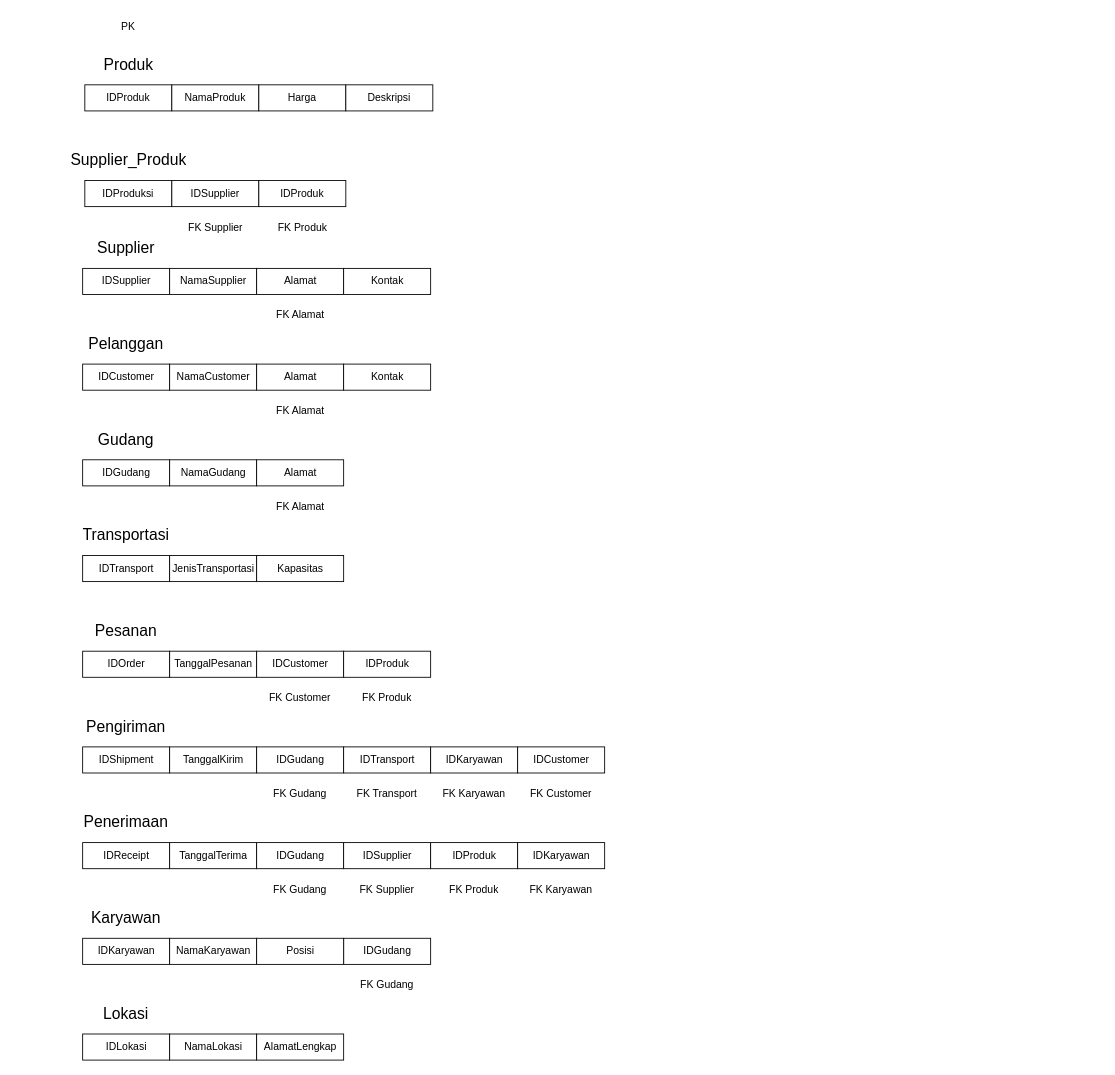
Earlier version of the draw.io diagram page "Schema Data Model" (2 of 10) of logistic-management-system.drawio (Firzh/semester-3). Source tidied: cells renumbered, new cells numbered last; positions are measured from the earlier drawing's top-left corner, leaving out a move shared by most shapes. Both pictures are drawn from the tidied source at 87%, with x=0, y=0 at pixel (15, 15).
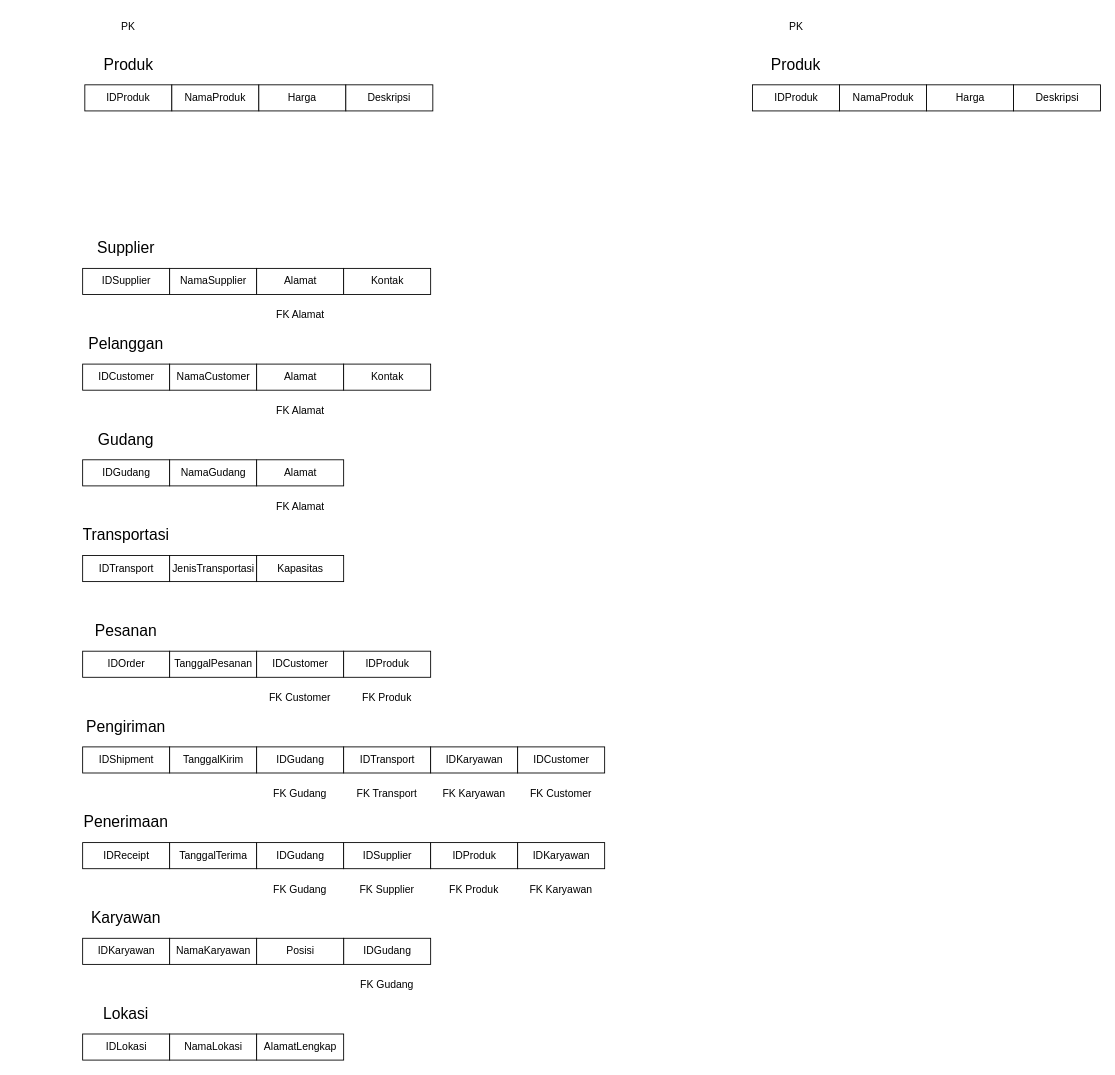
Above is the later version.

The edit, as a diff of the source:
```diff
@@
-    <mxCell id="68" value="IDProduksi" style="whiteSpace=wrap;html=1;align=center;" parent="1" vertex="1">
-      <mxGeometry x="80" y="190" width="100" height="30" as="geometry" />
-    </mxCell>
-    <mxCell id="69" value="&lt;font style=&quot;font-size: 18px;&quot;&gt;Supplier_Produk&lt;/font&gt;" style="text;strokeColor=none;fillColor=none;spacingLeft=4;spacingRight=4;overflow=hidden;fontSize=12;whiteSpace=wrap;html=1;align=center;" parent="1" vertex="1">
-      <mxGeometry x="2.5" y="150" width="255" height="30" as="geometry" />
-    </mxCell>
-    <mxCell id="70" value="IDSupplier" style="whiteSpace=wrap;html=1;align=center;" parent="1" vertex="1">
-      <mxGeometry x="180" y="190" width="100" height="30" as="geometry" />
-    </mxCell>
     <mxCell id="71" value="IDProduk" style="whiteSpace=wrap;html=1;align=center;" parent="1" vertex="1">
-      <mxGeometry x="280" y="190" width="100" height="30" as="geometry" />
+      <mxGeometry x="847.5" y="80" width="100" height="30" as="geometry" />
     </mxCell>
-    <mxCell id="72" value="FK Supplier" style="text;strokeColor=none;fillColor=none;spacingLeft=4;spacingRight=4;overflow=hidden;fontSize=12;whiteSpace=wrap;html=1;align=center;" parent="1" vertex="1">
-      <mxGeometry x="187.5" y="230" width="85" height="30" as="geometry" />
-    </mxCell>
-    <mxCell id="73" value="FK Produk" style="text;strokeColor=none;fillColor=none;spacingLeft=4;spacingRight=4;overflow=hidden;fontSize=12;whiteSpace=wrap;html=1;align=center;" parent="1" vertex="1">
-      <mxGeometry x="287.5" y="230" width="85" height="30" as="geometry" />
-    </mxCell>
+    <mxCell id="74" value="&lt;font style=&quot;font-size: 18px;&quot;&gt;Produk&lt;/font&gt;" style="text;strokeColor=none;fillColor=none;spacingLeft=4;spacingRight=4;overflow=hidden;fontSize=12;whiteSpace=wrap;html=1;align=center;" parent="1" vertex="1">
+      <mxGeometry x="770" y="40" width="255" height="30" as="geometry" />
+    </mxCell>
+    <mxCell id="75" value="NamaProduk" style="whiteSpace=wrap;html=1;align=center;" parent="1" vertex="1">
+      <mxGeometry x="947.5" y="80" width="100" height="30" as="geometry" />
+    </mxCell>
+    <mxCell id="76" value="Harga" style="whiteSpace=wrap;html=1;align=center;" parent="1" vertex="1">
+      <mxGeometry x="1047.5" y="80" width="100" height="30" as="geometry" />
+    </mxCell>
+    <mxCell id="77" value="Deskripsi" style="whiteSpace=wrap;html=1;align=center;" parent="1" vertex="1">
+      <mxGeometry x="1147.5" y="80" width="100" height="30" as="geometry" />
+    </mxCell>
+    <mxCell id="78" value="PK" style="text;strokeColor=none;fillColor=none;spacingLeft=4;spacingRight=4;overflow=hidden;fontSize=12;whiteSpace=wrap;html=1;align=center;" parent="1" vertex="1">
+      <mxGeometry x="862.5" width="70" height="30" as="geometry" />
+    </mxCell>
```
